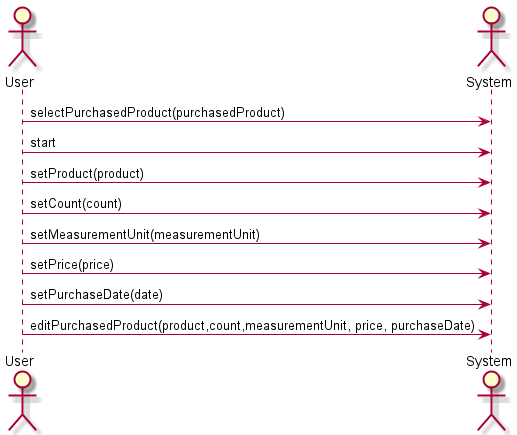
drDeepl/purchased-products-app-nest keeps this PlantUML diagram as src/diagrams_operations/diagrams_operations_img/edit_purchased_product.png. Above is the earlier version.
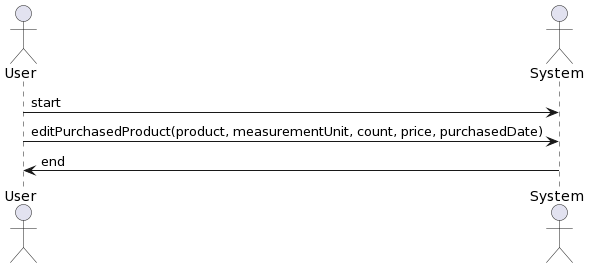
The same file after the commit.

The edit, as a diff of the source:
```diff
@@ -1,19 +1,10 @@
-@startuml edit_purchased_product
-
+@startuml
 skinparam backgroundColor #FFFFFF
-
-
 actor User
 actor System
 
+User -> System: start
+User -> System: editPurchasedProduct(product, measurementUnit, count, price, purchasedDate)
 
-User -> System: selectPurchasedProduct(purchasedProduct)
-User -> System: start
-User -> System: setProduct(product)
-User -> System: setCount(count)
-User -> System: setMeasurementUnit(measurementUnit)
-User -> System: setPrice(price)
-User -> System: setPurchaseDate(date)
-User -> System: editPurchasedProduct(product,count,measurementUnit, price, purchaseDate)
-
+System -> User: end
 @enduml
```
